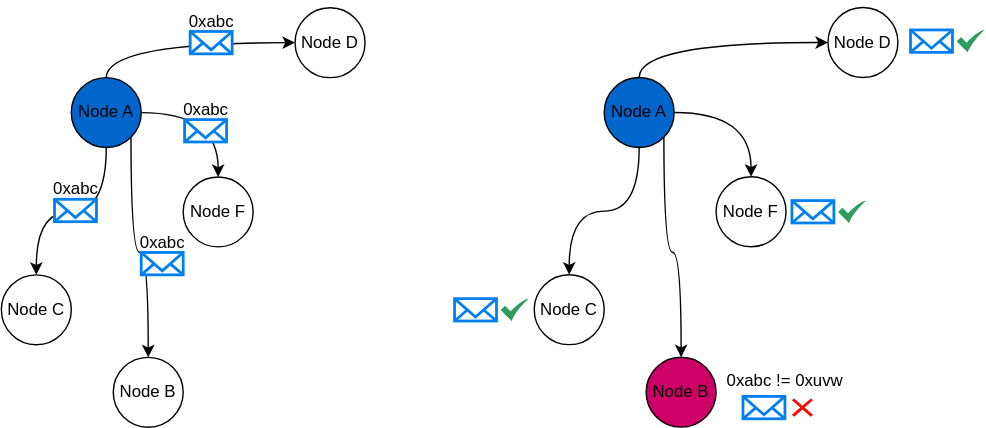
Earlier version of the draw.io export docs/source/_static/set-recon-broadcast.svg (attestate/kiwistand). Source tidied: cells renumbered, new cells last; positions are measured from the earlier drawing's top-left corner, leaving out a move shared by most shapes.
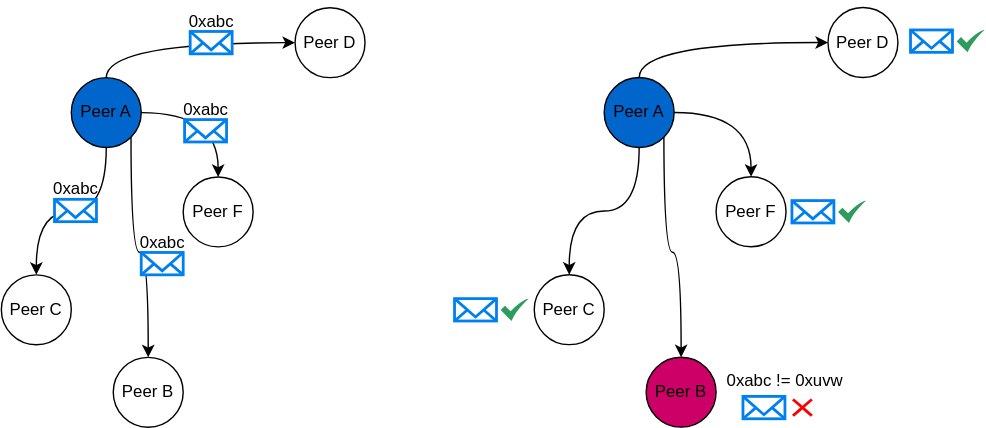
After the commit.

The edit, as a diff of the source:
```diff
@@ -14,19 +14,19 @@
     <mxCell id="5" style="edgeStyle=orthogonalEdgeStyle;rounded=0;jettySize=auto;html=1;exitX=1;exitY=1;exitDx=0;exitDy=0;curved=1;entryX=0.5;entryY=0;entryDx=0;entryDy=0;" parent="1" edge="1" source="6" target="7">
       <mxGeometry relative="1" as="geometry" />
     </mxCell>
-    <mxCell id="6" value="Node A" style="ellipse;whiteSpace=wrap;html=1;fillColor=#0066CC;" parent="1" vertex="1">
+    <mxCell id="6" value="Peer A" style="ellipse;whiteSpace=wrap;html=1;fillColor=#0066CC;" parent="1" vertex="1">
       <mxGeometry x="50" y="55" width="50" height="50" as="geometry" />
     </mxCell>
-    <mxCell id="7" value="&lt;div&gt;Node B&lt;/div&gt;" style="ellipse;whiteSpace=wrap;html=1;" parent="1" vertex="1">
+    <mxCell id="7" value="&lt;div&gt;Peer B&lt;br&gt;&lt;/div&gt;" style="ellipse;whiteSpace=wrap;html=1;" parent="1" vertex="1">
       <mxGeometry x="80" y="255" width="50" height="50" as="geometry" />
     </mxCell>
-    <mxCell id="8" value="&lt;div&gt;Node C&lt;br&gt;&lt;/div&gt;" style="ellipse;whiteSpace=wrap;html=1;" parent="1" vertex="1">
+    <mxCell id="8" value="&lt;div&gt;Peer C&lt;br&gt;&lt;/div&gt;" style="ellipse;whiteSpace=wrap;html=1;" parent="1" vertex="1">
       <mxGeometry y="196" width="50" height="50" as="geometry" />
     </mxCell>
-    <mxCell id="9" value="&lt;div&gt;Node D&lt;br&gt;&lt;/div&gt;" style="ellipse;whiteSpace=wrap;html=1;" parent="1" vertex="1">
+    <mxCell id="9" value="&lt;div&gt;Peer D&lt;br&gt;&lt;/div&gt;" style="ellipse;whiteSpace=wrap;html=1;" parent="1" vertex="1">
       <mxGeometry x="210" y="5" width="50" height="50" as="geometry" />
     </mxCell>
-    <mxCell id="10" value="&lt;div&gt;Node F&lt;br&gt;&lt;/div&gt;" style="ellipse;whiteSpace=wrap;html=1;" parent="1" vertex="1">
+    <mxCell id="10" value="&lt;div&gt;Peer F&lt;br&gt;&lt;/div&gt;" style="ellipse;whiteSpace=wrap;html=1;" parent="1" vertex="1">
       <mxGeometry x="130" y="126" width="50" height="50" as="geometry" />
     </mxCell>
     <mxCell id="11" style="html=1;verticalLabelPosition=bottom;align=center;labelBackgroundColor=#ffffff;verticalAlign=top;strokeWidth=2;strokeColor=#0080F0;shadow=0;dashed=0;shape=mxgraph.ios7.icons.mail;" parent="1" vertex="1">
@@ -65,19 +65,19 @@
     <mxCell id="22" style="edgeStyle=orthogonalEdgeStyle;rounded=0;jettySize=auto;html=1;exitX=1;exitY=1;exitDx=0;exitDy=0;entryX=0.5;entryY=0;entryDx=0;entryDy=0;curved=1;" parent="1" edge="1" source="23" target="24">
       <mxGeometry relative="1" as="geometry" />
     </mxCell>
-    <mxCell id="23" value="Node A" style="ellipse;whiteSpace=wrap;html=1;fillColor=#0066CC;" parent="1" vertex="1">
+    <mxCell id="23" value="Peer A" style="ellipse;whiteSpace=wrap;html=1;fillColor=#0066CC;" parent="1" vertex="1">
       <mxGeometry x="431" y="54.9" width="50" height="50" as="geometry" />
     </mxCell>
-    <mxCell id="24" value="&lt;div&gt;Node B&lt;/div&gt;" style="ellipse;whiteSpace=wrap;html=1;fillColor=#CC0066;" parent="1" vertex="1">
+    <mxCell id="24" value="&lt;div&gt;Peer B&lt;/div&gt;" style="ellipse;whiteSpace=wrap;html=1;fillColor=#CC0066;" parent="1" vertex="1">
       <mxGeometry x="461" y="254.9" width="50" height="50" as="geometry" />
     </mxCell>
-    <mxCell id="25" value="&lt;div&gt;Node C&lt;br&gt;&lt;/div&gt;" style="ellipse;whiteSpace=wrap;html=1;" parent="1" vertex="1">
+    <mxCell id="25" value="&lt;div&gt;Peer C&lt;br&gt;&lt;/div&gt;" style="ellipse;whiteSpace=wrap;html=1;" parent="1" vertex="1">
       <mxGeometry x="381" y="195.9" width="50" height="50" as="geometry" />
     </mxCell>
-    <mxCell id="26" value="&lt;div&gt;Node D&lt;br&gt;&lt;/div&gt;" style="ellipse;whiteSpace=wrap;html=1;" parent="1" vertex="1">
+    <mxCell id="26" value="&lt;div&gt;Peer D&lt;br&gt;&lt;/div&gt;" style="ellipse;whiteSpace=wrap;html=1;" parent="1" vertex="1">
       <mxGeometry x="591" y="4.9" width="50" height="50" as="geometry" />
     </mxCell>
-    <mxCell id="27" value="&lt;div&gt;Node F&lt;br&gt;&lt;/div&gt;" style="ellipse;whiteSpace=wrap;html=1;" parent="1" vertex="1">
+    <mxCell id="27" value="&lt;div&gt;Peer F&lt;br&gt;&lt;/div&gt;" style="ellipse;whiteSpace=wrap;html=1;" parent="1" vertex="1">
       <mxGeometry x="511" y="125.9" width="50" height="50" as="geometry" />
     </mxCell>
     <mxCell id="28" style="html=1;verticalLabelPosition=bottom;align=center;labelBackgroundColor=#ffffff;verticalAlign=top;strokeWidth=2;strokeColor=#0080F0;shadow=0;dashed=0;shape=mxgraph.ios7.icons.mail;" parent="1" vertex="1">
```
